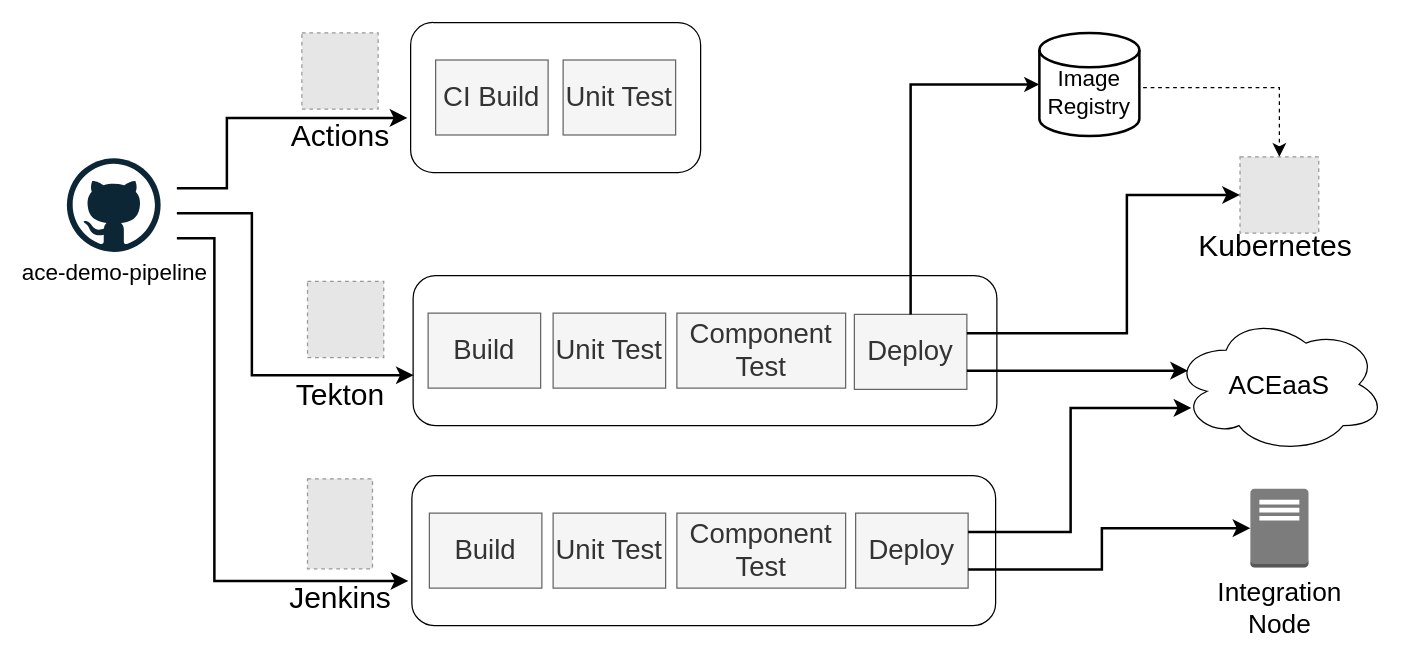
This is demo-infrastructure/images/pipelines-overview.drawio from ot4i/ace-demo-pipeline, a draw.io file, before an edit. Source tidied: cells renumbered, new cells numbered last; positions are measured from the earlier drawing's top-left corner, leaving out a move shared by most shapes. Both pictures are drawn from the tidied source at 125%, with x=0, y=0 at pixel (66, 22). Pictures stored in the file or linked from it are replaced by grey dashed boxes.
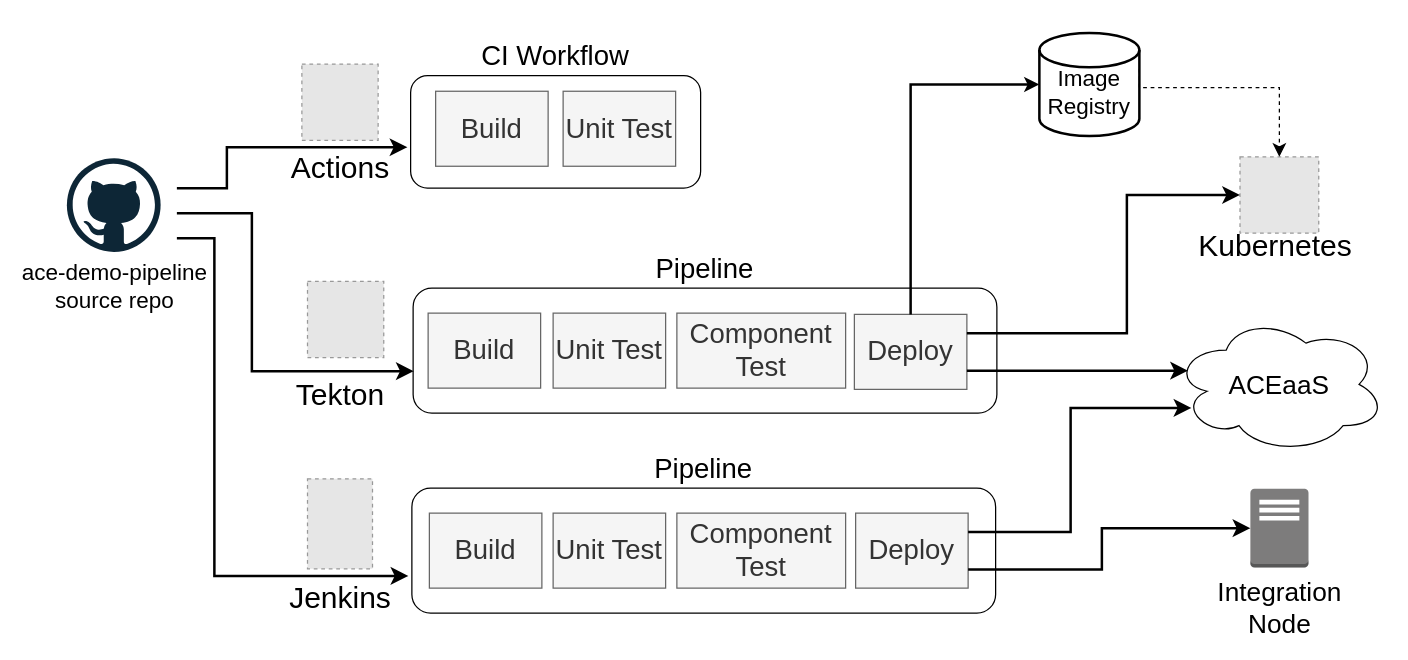
After the change.

What changed in the source:
```diff
@@
-    <mxCell id="2" style="rounded=1;whiteSpace=wrap;html=1;fontSize=22;fontStyle=0;" parent="1" vertex="1">
-      <mxGeometry x="277" y="202" width="467" height="120" as="geometry" />
+    <mxCell id="2" value="Pipeline" style="rounded=1;whiteSpace=wrap;html=1;fontSize=22;fontStyle=0;labelPosition=center;verticalLabelPosition=top;align=center;verticalAlign=bottom;" parent="1" vertex="1">
+      <mxGeometry x="277" y="212" width="467" height="100" as="geometry" />
     </mxCell>
-    <mxCell id="3" value="ace-demo-pipeline" style="dashed=0;html=1;align=center;labelPosition=center;verticalLabelPosition=bottom;verticalAlign=top;shape=mxgraph.weblogos.github;fontSize=18;fontStyle=0;" parent="1" vertex="1">
+    <mxCell id="3" value="ace-demo-pipeline&lt;div&gt;source repo&lt;/div&gt;" style="dashed=0;html=1;align=center;labelPosition=center;verticalLabelPosition=bottom;verticalAlign=top;shape=mxgraph.weblogos.github;fontSize=18;fontStyle=0;" parent="1" vertex="1">
       <mxGeometry y="108" width="75" height="75" as="geometry" />
     </mxCell>
@@
-    <mxCell id="15" style="rounded=1;whiteSpace=wrap;html=1;fontSize=22;fontStyle=0;" parent="1" vertex="1">
-      <mxGeometry x="276" y="362" width="467" height="120" as="geometry" />
+    <mxCell id="15" value="Pipeline" style="rounded=1;whiteSpace=wrap;html=1;fontSize=22;fontStyle=0;labelPosition=center;verticalLabelPosition=top;align=center;verticalAlign=bottom;" parent="1" vertex="1">
+      <mxGeometry x="276" y="372" width="467" height="100" as="geometry" />
     </mxCell>
@@
-    <mxCell id="21" style="rounded=1;whiteSpace=wrap;html=1;fontSize=22;fontStyle=0;" parent="1" vertex="1">
-      <mxGeometry x="275" y="-0.5" width="232" height="120" as="geometry" />
+    <mxCell id="21" value="CI Workflow" style="rounded=1;whiteSpace=wrap;html=1;fontSize=22;fontStyle=0;labelPosition=center;verticalLabelPosition=top;align=center;verticalAlign=bottom;" parent="1" vertex="1">
+      <mxGeometry x="275" y="42" width="232" height="90" as="geometry" />
     </mxCell>
-    <mxCell id="22" value="CI Build" style="rounded=0;whiteSpace=wrap;html=1;fontSize=22;fillColor=#f5f5f5;fontColor=#333333;strokeColor=#666666;fontStyle=0;" parent="1" vertex="1">
-      <mxGeometry x="295" y="29.5" width="90" height="60" as="geometry" />
+    <mxCell id="22" value="Build" style="rounded=0;whiteSpace=wrap;html=1;fontSize=22;fillColor=#f5f5f5;fontColor=#333333;strokeColor=#666666;fontStyle=0;" parent="1" vertex="1">
+      <mxGeometry x="295" y="54.5" width="90" height="60" as="geometry" />
     </mxCell>
     <mxCell id="23" value="Unit Test" style="rounded=0;whiteSpace=wrap;html=1;fontSize=22;fillColor=#f5f5f5;fontColor=#333333;strokeColor=#666666;fontStyle=0;" parent="1" vertex="1">
-      <mxGeometry x="397" y="29.5" width="90" height="60" as="geometry" />
+      <mxGeometry x="397" y="54.5" width="90" height="60" as="geometry" />
     </mxCell>
     <mxCell id="24" style="fillColor=#E6E6E6;strokeColor=#999999;dashed=1;html=1;verticalLabelPosition=bottom;verticalAlign=top;fontStyle=0;fontSize=24;" parent="1" vertex="1">
-      <mxGeometry x="188" y="7.8" width="61" height="61" as="geometry" />
+      <mxGeometry x="188" y="32.8" width="61" height="61" as="geometry" />
     </mxCell>
     <mxCell id="25" value="Actions" style="text;html=1;align=center;verticalAlign=middle;whiteSpace=wrap;rounded=0;fontSize=24;fontStyle=0;" parent="1" vertex="1">
-      <mxGeometry x="183.5" y="71.2" width="70" height="40" as="geometry" />
+      <mxGeometry x="183.5" y="96.2" width="70" height="40" as="geometry" />
     </mxCell>
```
